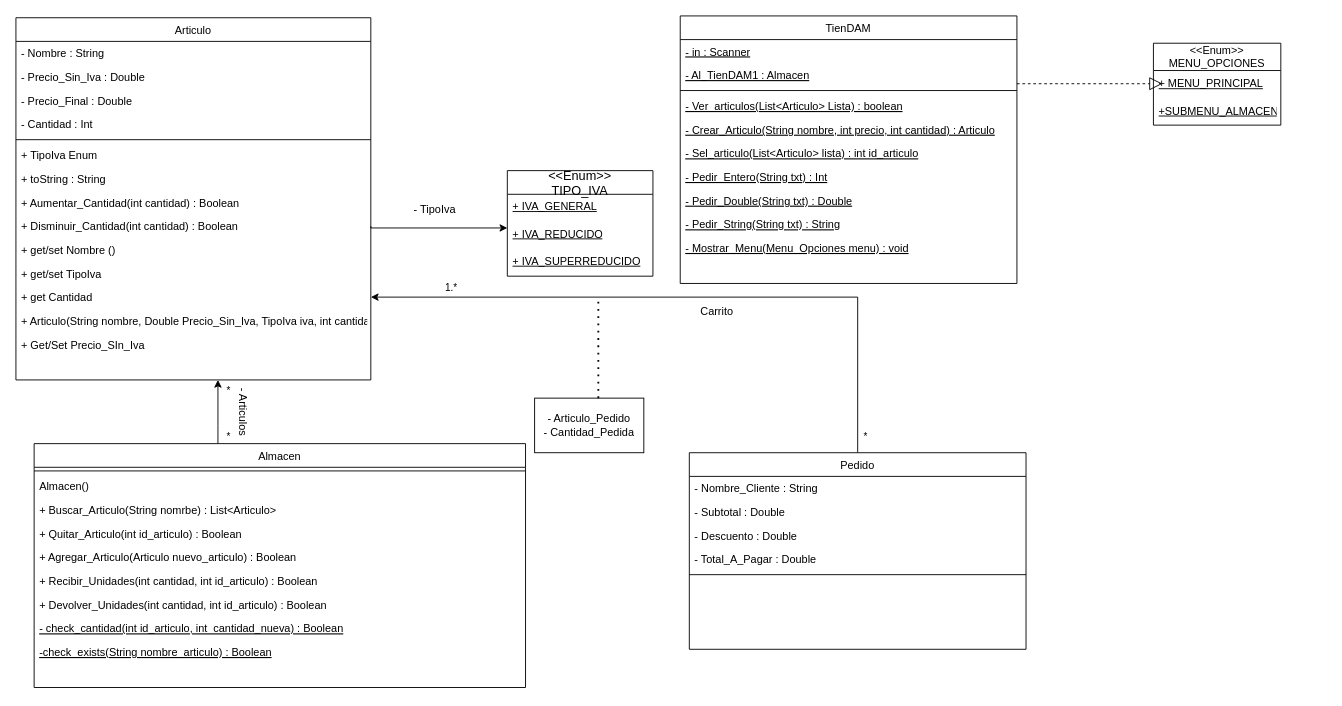
This is Diagrama sense títol.drawio from cristian9751/Ejercicios_Progrmacion, a draw.io file, before an edit. Source tidied: cells renumbered, new cells numbered last; positions are measured from the earlier drawing's top-left corner, leaving out a move shared by most shapes. Both pictures are drawn from the tidied source at 91%, with x=0, y=0 at pixel (15, 15).
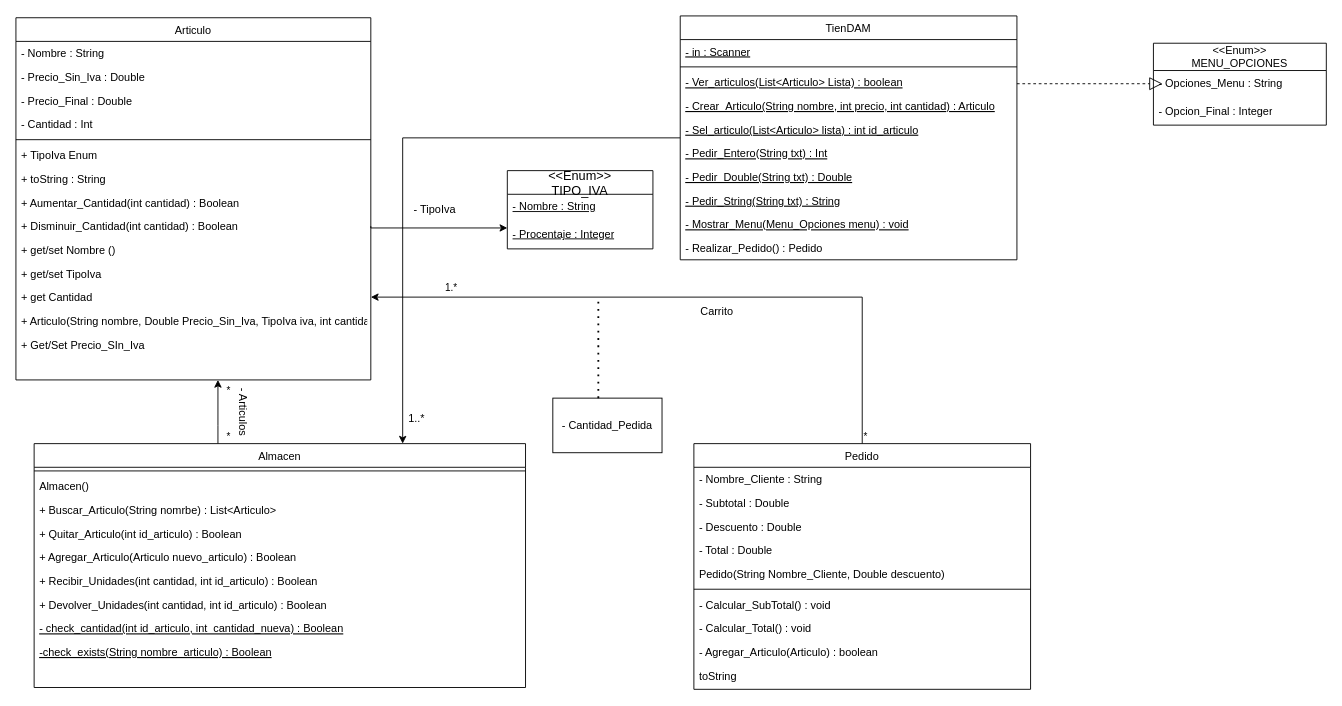
Above is the later version.

The change refers to these unchanged cells:
```xml
<mxCell id="18" value="Almacen" style="swimlane;fontStyle=0;align=center;verticalAlign=top;horizontal=1;startSize=26;rounded=0;shadow=0;strokeWidth=1;" parent="1" vertex="1">
  <mxGeometry x="20" y="470" width="540" height="268" as="geometry" />
</mxCell>
```

Change to the diagram source:
```diff
@@
     <mxCell id="29" value="Pedido" style="swimlane;fontStyle=0;align=center;verticalAlign=top;horizontal=1;startSize=26;rounded=0;shadow=0;strokeWidth=1;" parent="1" vertex="1">
-      <mxGeometry x="740" y="480" width="370" height="216" as="geometry" />
+      <mxGeometry x="745" y="470" width="370" height="270" as="geometry" />
     </mxCell>
@@
-    <mxCell id="33" value="- Total_A_Pagar : Double" style="text;align=left;verticalAlign=top;spacingLeft=4;spacingRight=4;overflow=hidden;" parent="29" vertex="1">
+    <mxCell id="33" value="- Total : Double" style="text;align=left;verticalAlign=top;spacingLeft=4;spacingRight=4;overflow=hidden;" parent="29" vertex="1">
       <mxGeometry y="104" width="370" height="26" as="geometry" />
     </mxCell>
+    <mxCell id="64" value="Pedido(String Nombre_Cliente, Double descuento)" style="text;align=left;verticalAlign=top;spacingLeft=4;spacingRight=4;overflow=hidden;" parent="29" vertex="1">
+      <mxGeometry y="130" width="370" height="26" as="geometry" />
+    </mxCell>
     <mxCell id="34" style="line;html=1;strokeWidth=1;align=left;verticalAlign=middle;spacingTop=-1;spacingLeft=3;spacingRight=3;labelPosition=right;" parent="29" vertex="1">
-      <mxGeometry y="130" width="370" height="8" as="geometry" />
+      <mxGeometry y="156" width="370" height="8" as="geometry" />
     </mxCell>
+    <mxCell id="65" value="- Calcular_SubTotal() : void" style="text;align=left;verticalAlign=top;spacingLeft=4;spacingRight=4;overflow=hidden;" parent="29" vertex="1">
+      <mxGeometry y="164" width="370" height="26" as="geometry" />
+    </mxCell>
+    <mxCell id="66" value="- Calcular_Total() : void" style="text;align=left;verticalAlign=top;spacingLeft=4;spacingRight=4;overflow=hidden;" parent="29" vertex="1">
+      <mxGeometry y="190" width="370" height="26" as="geometry" />
+    </mxCell>
+    <mxCell id="67" value="- Agregar_Articulo(Articulo) : boolean" style="text;align=left;verticalAlign=top;spacingLeft=4;spacingRight=4;overflow=hidden;" parent="29" vertex="1">
+      <mxGeometry y="216" width="370" height="26" as="geometry" />
+    </mxCell>
+    <mxCell id="68" value="toString" style="text;align=left;verticalAlign=top;spacingLeft=4;spacingRight=4;overflow=hidden;" parent="29" vertex="1">
+      <mxGeometry y="242" width="370" height="26" as="geometry" />
+    </mxCell>
+    <mxCell id="69" style="edgeStyle=orthogonalEdgeStyle;rounded=0;jettySize=auto;html=1;entryX=0.75;entryY=0;entryDx=0;entryDy=0;" parent="1" edge="1" source="35" target="18">
+      <mxGeometry relative="1" as="geometry" />
+    </mxCell>
     <mxCell id="35" value="TienDAM&#10;" style="swimlane;fontStyle=0;align=center;verticalAlign=top;horizontal=1;startSize=26;rounded=0;shadow=0;strokeWidth=1;" parent="1" vertex="1">
-      <mxGeometry x="730" width="370" height="294" as="geometry" />
+      <mxGeometry x="730" width="370" height="268" as="geometry" />
     </mxCell>
@@
-    <mxCell id="37" value="- Al_TienDAM1 : Almacen" style="text;align=left;verticalAlign=top;spacingLeft=4;spacingRight=4;overflow=hidden;fontStyle=4;" parent="35" vertex="1">
-      <mxGeometry y="52" width="370" height="26" as="geometry" />
-    </mxCell>
     <mxCell id="38" style="line;html=1;strokeWidth=1;align=left;verticalAlign=middle;spacingTop=-1;spacingLeft=3;spacingRight=3;labelPosition=right;" parent="35" vertex="1">
-      <mxGeometry y="78" width="370" height="8" as="geometry" />
+      <mxGeometry y="52" width="370" height="8" as="geometry" />
     </mxCell>
     <mxCell id="39" value="- Ver_articulos(List&lt;Articulo&gt; Lista) : boolean" style="text;align=left;verticalAlign=top;spacingLeft=4;spacingRight=4;overflow=hidden;fontStyle=4;" parent="35" vertex="1">
-      <mxGeometry y="86" width="370" height="26" as="geometry" />
+      <mxGeometry y="60" width="370" height="26" as="geometry" />
     </mxCell>
     <mxCell id="40" value="- Crear_Articulo(String nombre, int precio, int cantidad) : Articulo" style="text;align=left;verticalAlign=top;spacingLeft=4;spacingRight=4;overflow=hidden;fontStyle=4;" parent="35" vertex="1">
-      <mxGeometry y="112" width="370" height="26" as="geometry" />
+      <mxGeometry y="86" width="370" height="26" as="geometry" />
     </mxCell>
     <mxCell id="41" value="- Sel_articulo(List&lt;Articulo&gt; lista) : int id_articulo" style="text;align=left;verticalAlign=top;spacingLeft=4;spacingRight=4;overflow=hidden;fontStyle=4;" parent="35" vertex="1">
-      <mxGeometry y="138" width="370" height="26" as="geometry" />
+      <mxGeometry y="112" width="370" height="26" as="geometry" />
     </mxCell>
     <mxCell id="42" value="- Pedir_Entero(String txt) : Int" style="text;align=left;verticalAlign=top;spacingLeft=4;spacingRight=4;overflow=hidden;fontStyle=4;" parent="35" vertex="1">
-      <mxGeometry y="164" width="370" height="26" as="geometry" />
+      <mxGeometry y="138" width="370" height="26" as="geometry" />
     </mxCell>
     <mxCell id="43" value="- Pedir_Double(String txt) : Double" style="text;align=left;verticalAlign=top;spacingLeft=4;spacingRight=4;overflow=hidden;fontStyle=4;" parent="35" vertex="1">
-      <mxGeometry y="190" width="370" height="26" as="geometry" />
+      <mxGeometry y="164" width="370" height="26" as="geometry" />
     </mxCell>
     <mxCell id="44" value="- Pedir_String(String txt) : String" style="text;align=left;verticalAlign=top;spacingLeft=4;spacingRight=4;overflow=hidden;fontStyle=4;" parent="35" vertex="1">
-      <mxGeometry y="216" width="370" height="26" as="geometry" />
+      <mxGeometry y="190" width="370" height="26" as="geometry" />
     </mxCell>
     <mxCell id="45" value="- Mostrar_Menu(Menu_Opciones menu) : void" style="text;align=left;verticalAlign=top;spacingLeft=4;spacingRight=4;overflow=hidden;fontStyle=4;" parent="35" vertex="1">
-      <mxGeometry y="242" width="370" height="26" as="geometry" />
+      <mxGeometry y="216" width="370" height="26" as="geometry" />
     </mxCell>
+    <mxCell id="70" value="- Realizar_Pedido() : Pedido" style="text;align=left;verticalAlign=top;spacingLeft=4;spacingRight=4;overflow=hidden;fontStyle=0;" parent="35" vertex="1">
+      <mxGeometry y="242" width="370" height="26" as="geometry" />
+    </mxCell>
     <mxCell id="46" value="&amp;lt;&amp;lt;Enum&amp;gt;&amp;gt;&lt;br&gt;MENU_OPCIONES" style="swimlane;fontStyle=0;horizontal=1;startSize=30;whiteSpace=wrap;html=1;align=center;" parent="1" vertex="1">
-      <mxGeometry x="1250" y="30" width="140" height="90" as="geometry" />
+      <mxGeometry x="1250" y="30" width="190" height="90" as="geometry" />
     </mxCell>
-    <mxCell id="47" value="&lt;u&gt;+ MENU_PRINCIPAL&lt;/u&gt;" style="text;strokeColor=none;fillColor=none;align=left;verticalAlign=middle;spacingLeft=4;spacingRight=4;overflow=hidden;whiteSpace=wrap;html=1;" parent="46" vertex="1">
-      <mxGeometry y="30" width="140" height="30" as="geometry" />
-    </mxCell>
@@
-    <mxCell id="49" value="&lt;u&gt;+SUBMENU_ALMACEN&lt;/u&gt;" style="text;strokeColor=none;fillColor=none;align=left;verticalAlign=middle;spacingLeft=4;spacingRight=4;overflow=hidden;whiteSpace=wrap;html=1;" parent="46" vertex="1">
-      <mxGeometry y="60" width="140" height="30" as="geometry" />
+    <mxCell id="49" value="- Opciones_Menu : String" style="text;strokeColor=none;fillColor=none;align=left;verticalAlign=middle;spacingLeft=4;spacingRight=4;overflow=hidden;whiteSpace=wrap;html=1;" parent="46" vertex="1">
+      <mxGeometry y="30" width="190" height="30" as="geometry" />
     </mxCell>
+    <mxCell id="71" value="- Opcion_Final : Integer" style="text;strokeColor=none;fillColor=none;align=left;verticalAlign=middle;spacingLeft=4;spacingRight=4;overflow=hidden;whiteSpace=wrap;html=1;" parent="46" vertex="1">
+      <mxGeometry y="60" width="190" height="30" as="geometry" />
+    </mxCell>
     <mxCell id="50" value="&lt;&lt;Enum&gt;&gt;&#10;TIPO_IVA" style="swimlane;fontStyle=0;horizontal=1;startSize=26;align=center;fontSize=14;" parent="1" vertex="1">
-      <mxGeometry x="540" y="170" width="160" height="116" as="geometry" />
+      <mxGeometry x="540" y="170" width="160" height="86" as="geometry" />
     </mxCell>
-    <mxCell id="51" value="&lt;u&gt;+ IVA_GENERAL&lt;/u&gt;" style="text;strokeColor=none;fillColor=none;spacingLeft=4;spacingRight=4;overflow=hidden;fontSize=12;whiteSpace=wrap;html=1;" parent="50" vertex="1">
+    <mxCell id="51" value="&lt;u&gt;- Nombre : String&lt;br&gt;&lt;/u&gt;" style="text;strokeColor=none;fillColor=none;spacingLeft=4;spacingRight=4;overflow=hidden;fontSize=12;whiteSpace=wrap;html=1;" parent="50" vertex="1">
       <mxGeometry y="26" width="160" height="30" as="geometry" />
     </mxCell>
-    <mxCell id="52" value="&lt;u&gt;+ IVA_REDUCIDO&lt;/u&gt;" style="text;strokeColor=none;fillColor=none;spacingLeft=4;spacingRight=4;overflow=hidden;fontSize=12;whiteSpace=wrap;html=1;" parent="50" vertex="1">
+    <mxCell id="52" value="&lt;u&gt;- Procentaje : Integer&lt;br&gt;&lt;/u&gt;" style="text;strokeColor=none;fillColor=none;spacingLeft=4;spacingRight=4;overflow=hidden;fontSize=12;whiteSpace=wrap;html=1;" parent="50" vertex="1">
       <mxGeometry y="56" width="160" height="30" as="geometry" />
     </mxCell>
-    <mxCell id="53" value="&lt;u&gt;+ IVA_SUPERREDUCIDO&lt;/u&gt;" style="text;strokeColor=none;fillColor=none;spacingLeft=4;spacingRight=4;overflow=hidden;fontSize=12;whiteSpace=wrap;html=1;" parent="50" vertex="1">
-      <mxGeometry y="86" width="160" height="30" as="geometry" />
-    </mxCell>
@@
-    <mxCell id="62" value="&lt;div&gt;- Articulo_Pedido&lt;/div&gt;&lt;div&gt;- Cantidad_Pedida&lt;br&gt;&lt;/div&gt;" style="rounded=0;whiteSpace=wrap;html=1;" parent="1" vertex="1">
-      <mxGeometry x="570" y="420" width="120" height="60" as="geometry" />
+    <mxCell id="62" value="&lt;div&gt;- Cantidad_Pedida&lt;br&gt;&lt;/div&gt;" style="rounded=0;whiteSpace=wrap;html=1;" parent="1" vertex="1">
+      <mxGeometry x="590" y="420" width="120" height="60" as="geometry" />
     </mxCell>
@@
+    <mxCell id="72" value="1..*" style="text;html=1;align=center;verticalAlign=middle;strokeColor=none;fillColor=none;" parent="1" vertex="1">
+      <mxGeometry x="420" y="428" width="40" height="30" as="geometry" />
+    </mxCell>
```
